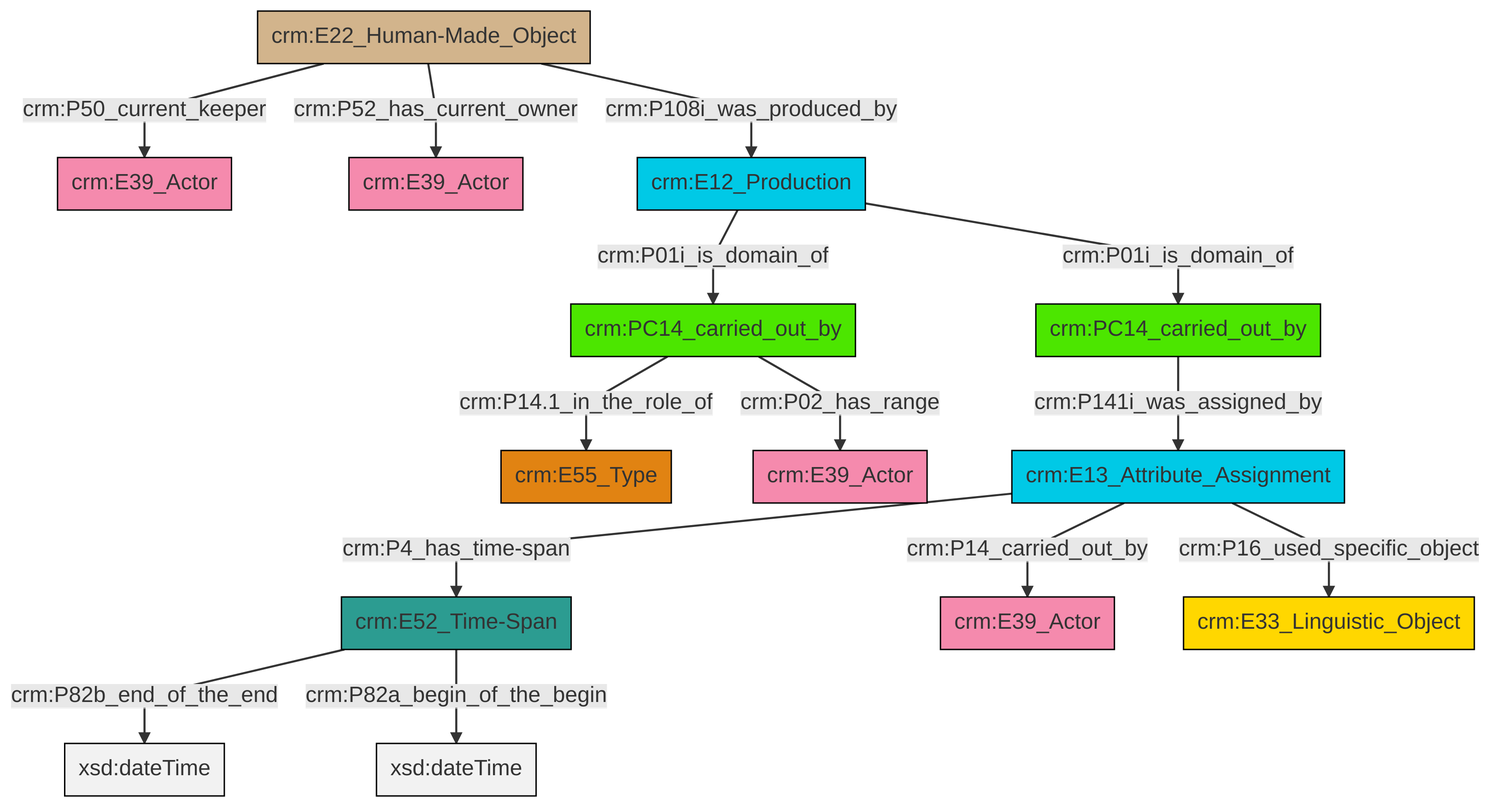
The Mermaid diagram et/carrierCSV/ttl/mmd/png/carrier_relations.png in swiss-art-research-net/docs.swissartresearch, before a commit. Its source is kept beside it as et/carrierCSV/ttl/mmd/carrier_relations.ttl.mmd.
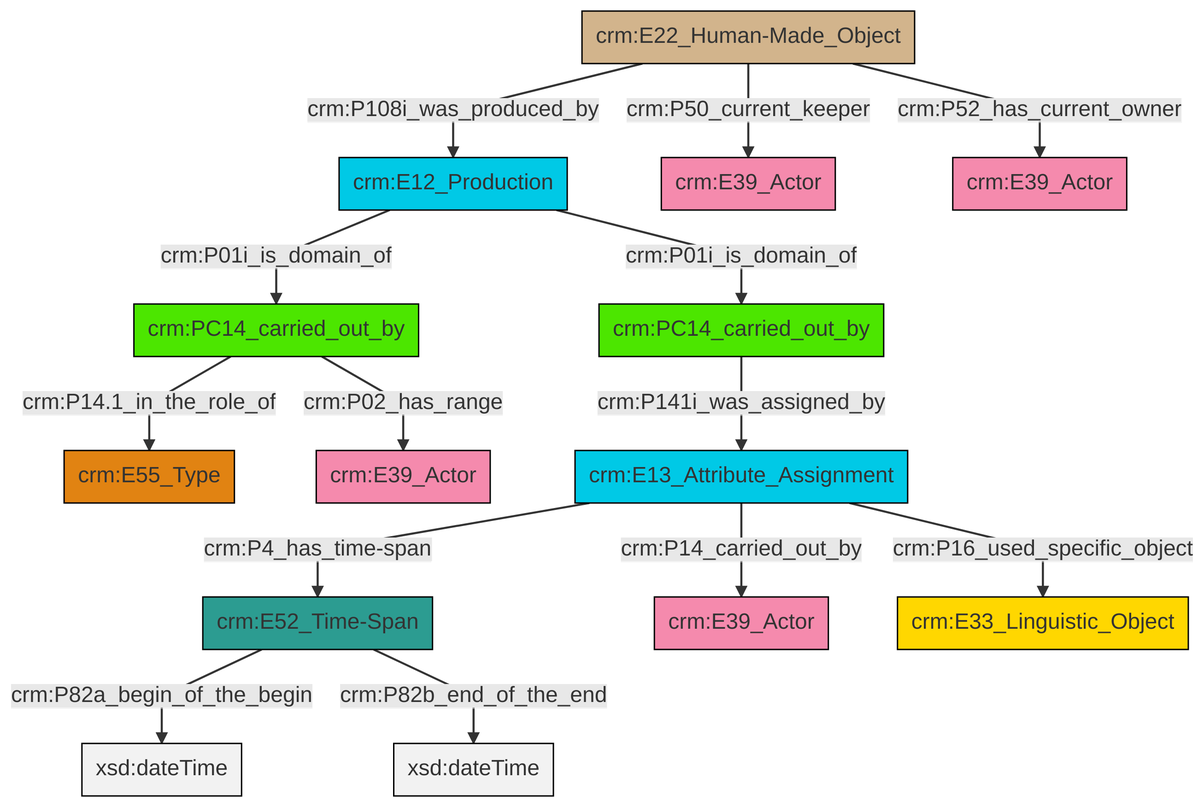
After the change.

What changed in the source:
```diff
@@ -13,16 +13,16 @@
 classDef PC_Classes fill:#4ce600, stroke:#000000;
 classDef Multi fill:#cccccc,stroke:#000000;
 
-2["crm:E22_Human-Made_Object"]:::Physical_Thing -->|crm:P108i_was_produced_by| 6["crm:E12_Production"]:::Temporal_Entity
-7["crm:E52_Time-Span"]:::Time-Span -->|crm:P82b_end_of_the_end| 8[xsd:dateTime]:::Literal
-2["crm:E22_Human-Made_Object"]:::Physical_Thing -->|crm:P52_has_current_owner| 4["crm:E39_Actor"]:::Actor
-6["crm:E12_Production"]:::Temporal_Entity -->|crm:P01i_is_domain_of| 9["crm:PC14_carried_out_by"]:::PC_Classes
-12["crm:PC14_carried_out_by"]:::PC_Classes -->|crm:P02_has_range| 13["crm:E39_Actor"]:::Actor
-9["crm:PC14_carried_out_by"]:::PC_Classes -->|crm:P141i_was_assigned_by| 14["crm:E13_Attribute_Assignment"]:::Temporal_Entity
-14["crm:E13_Attribute_Assignment"]:::Temporal_Entity -->|crm:P14_carried_out_by| 16["crm:E39_Actor"]:::Actor
-12["crm:PC14_carried_out_by"]:::PC_Classes -->|crm:P14.1_in_the_role_of| 10["crm:E55_Type"]:::Type
-6["crm:E12_Production"]:::Temporal_Entity -->|crm:P01i_is_domain_of| 12["crm:PC14_carried_out_by"]:::PC_Classes
-14["crm:E13_Attribute_Assignment"]:::Temporal_Entity -->|crm:P16_used_specific_object| 21["crm:E33_Linguistic_Object"]:::Conceptual_Object
-2["crm:E22_Human-Made_Object"]:::Physical_Thing -->|crm:P50_current_keeper| 0["crm:E39_Actor"]:::Actor
-14["crm:E13_Attribute_Assignment"]:::Temporal_Entity -->|crm:P4_has_time-span| 7["crm:E52_Time-Span"]:::Time-Span
-7["crm:E52_Time-Span"]:::Time-Span -->|crm:P82a_begin_of_the_begin| 25[xsd:dateTime]:::Literal
+0["crm:E12_Production"]:::Temporal_Entity -->|crm:P01i_is_domain_of| 2["crm:PC14_carried_out_by"]:::PC_Classes
+7["crm:E22_Human-Made_Object"]:::Physical_Thing -->|crm:P50_current_keeper| 5["crm:E39_Actor"]:::Actor
+2["crm:PC14_carried_out_by"]:::PC_Classes -->|crm:P02_has_range| 8["crm:E39_Actor"]:::Actor
+9["crm:E52_Time-Span"]:::Time-Span -->|crm:P82a_begin_of_the_begin| 10[xsd:dateTime]:::Literal
+0["crm:E12_Production"]:::Temporal_Entity -->|crm:P01i_is_domain_of| 11["crm:PC14_carried_out_by"]:::PC_Classes
+7["crm:E22_Human-Made_Object"]:::Physical_Thing -->|crm:P52_has_current_owner| 12["crm:E39_Actor"]:::Actor
+11["crm:PC14_carried_out_by"]:::PC_Classes -->|crm:P141i_was_assigned_by| 16["crm:E13_Attribute_Assignment"]:::Temporal_Entity
+16["crm:E13_Attribute_Assignment"]:::Temporal_Entity -->|crm:P14_carried_out_by| 17["crm:E39_Actor"]:::Actor
+16["crm:E13_Attribute_Assignment"]:::Temporal_Entity -->|crm:P4_has_time-span| 9["crm:E52_Time-Span"]:::Time-Span
+16["crm:E13_Attribute_Assignment"]:::Temporal_Entity -->|crm:P16_used_specific_object| 19["crm:E33_Linguistic_Object"]:::Conceptual_Object
+2["crm:PC14_carried_out_by"]:::PC_Classes -->|crm:P14.1_in_the_role_of| 3["crm:E55_Type"]:::Type
+9["crm:E52_Time-Span"]:::Time-Span -->|crm:P82b_end_of_the_end| 25[xsd:dateTime]:::Literal
+7["crm:E22_Human-Made_Object"]:::Physical_Thing -->|crm:P108i_was_produced_by| 0["crm:E12_Production"]:::Temporal_Entity
```
